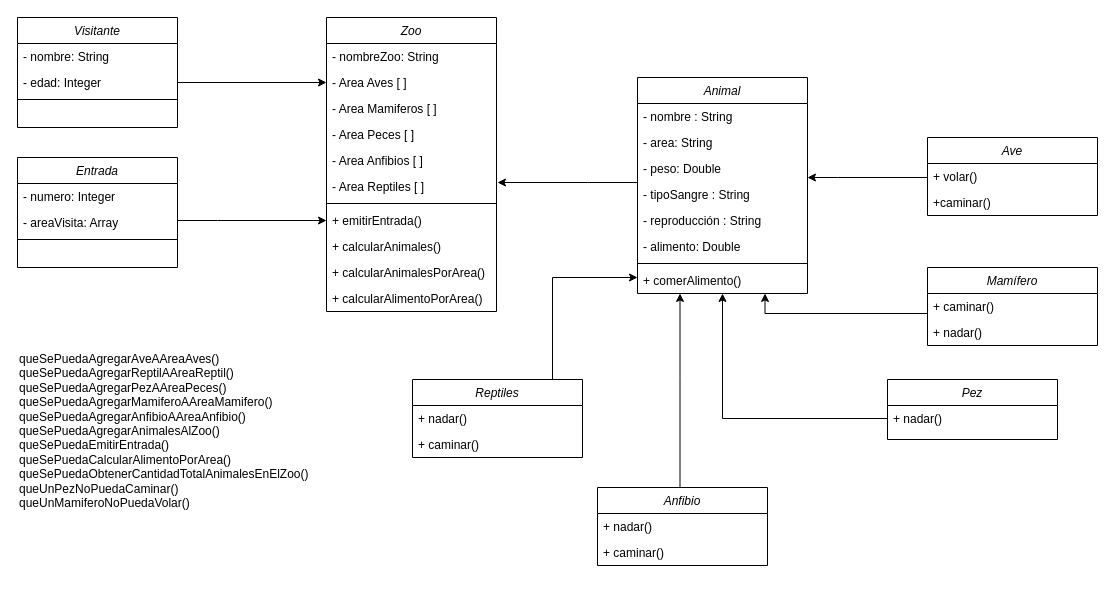
The draw.io diagram modelo/zoo.drawio in Fabriyucra/PBII20212QParcial1Grupo8, before the edit. Source tidied: cells renumbered, new cells numbered last; positions are measured from the earlier drawing's top-left corner, leaving out a move shared by most shapes. Both pictures are drawn from the tidied source at 100%, with x=0, y=0 at pixel (17, 17).
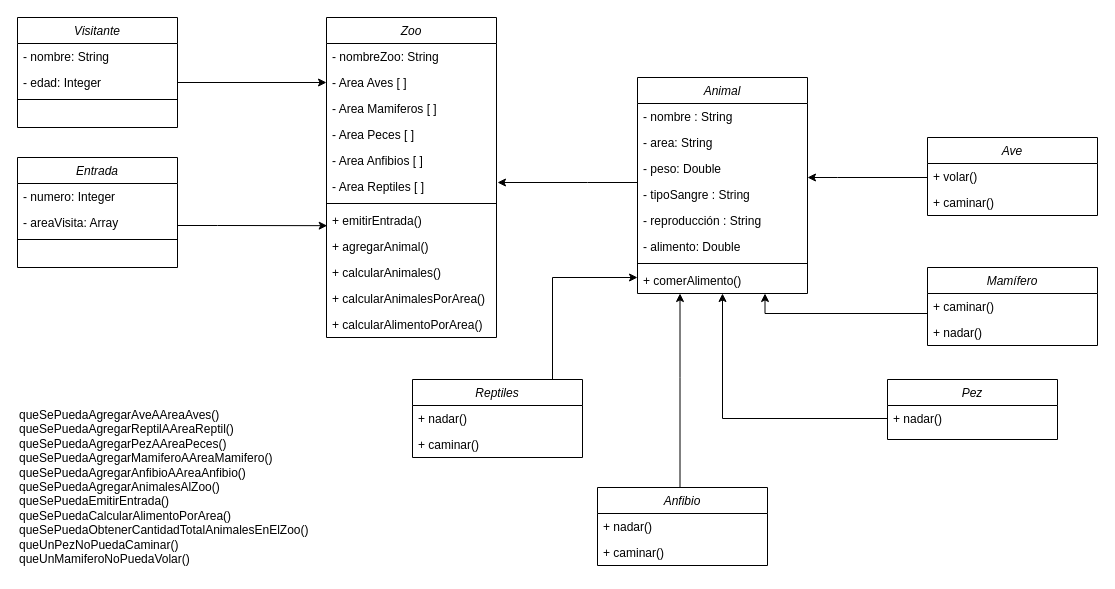
Above is the later version.

Unchanged cells that the change refers to:
```xml
<mxCell id="8" value="- areaVisita: Array" style="text;align=left;verticalAlign=top;spacingLeft=4;spacingRight=4;overflow=hidden;points=[[0,0.5],[1,0.5]];portConstraint=eastwest;rounded=0;shadow=0;html=0;" parent="6" vertex="1">
  <mxGeometry y="52" width="160" height="26" as="geometry" />
</mxCell>
<mxCell id="33" value="Ave" style="swimlane;fontStyle=2;align=center;verticalAlign=top;horizontal=1;startSize=26;rounded=0;shadow=0;strokeWidth=1;" parent="1" vertex="1">
  <mxGeometry x="910" y="120" width="170" height="78" as="geometry" />
</mxCell>
```

What changed in the source:
```diff
@@
     <mxCell id="10" value="Zoo" style="swimlane;fontStyle=2;align=center;verticalAlign=top;horizontal=1;startSize=26;rounded=0;shadow=0;strokeWidth=1;" parent="1" vertex="1">
-      <mxGeometry x="309" width="170" height="294" as="geometry" />
+      <mxGeometry x="309" width="170" height="320" as="geometry" />
     </mxCell>
@@
+    <mxCell id="54" value="+ emitirEntrada()" style="text;align=left;verticalAlign=top;spacingLeft=4;spacingRight=4;overflow=hidden;points=[[0,0.5],[1,0.5]];portConstraint=eastwest;rounded=0;shadow=0;html=0;" parent="10" vertex="1">
+      <mxGeometry y="190" width="170" height="26" as="geometry" />
+    </mxCell>
-    <mxCell id="18" value="+ emitirEntrada()" style="text;align=left;verticalAlign=top;spacingLeft=4;spacingRight=4;overflow=hidden;points=[[0,0.5],[1,0.5]];portConstraint=eastwest;rounded=0;shadow=0;html=0;" parent="10" vertex="1">
-      <mxGeometry y="190" width="170" height="26" as="geometry" />
+    <mxCell id="18" value="+ agregarAnimal()" style="text;align=left;verticalAlign=top;spacingLeft=4;spacingRight=4;overflow=hidden;points=[[0,0.5],[1,0.5]];portConstraint=eastwest;rounded=0;shadow=0;html=0;" parent="10" vertex="1">
+      <mxGeometry y="216" width="170" height="26" as="geometry" />
     </mxCell>
     <mxCell id="19" value="+ calcularAnimales()" style="text;align=left;verticalAlign=top;spacingLeft=4;spacingRight=4;overflow=hidden;rounded=0;shadow=0;html=0;" parent="10" vertex="1">
-      <mxGeometry y="216" width="170" height="26" as="geometry" />
+      <mxGeometry y="242" width="170" height="26" as="geometry" />
     </mxCell>
     <mxCell id="20" value="+ calcularAnimalesPorArea()" style="text;align=left;verticalAlign=top;spacingLeft=4;spacingRight=4;overflow=hidden;rounded=0;shadow=0;html=0;" parent="10" vertex="1">
-      <mxGeometry y="242" width="170" height="26" as="geometry" />
+      <mxGeometry y="268" width="170" height="26" as="geometry" />
     </mxCell>
     <mxCell id="21" value="+ calcularAlimentoPorArea()" style="text;align=left;verticalAlign=top;spacingLeft=4;spacingRight=4;overflow=hidden;rounded=0;shadow=0;html=0;" parent="10" vertex="1">
-      <mxGeometry y="268" width="170" height="26" as="geometry" />
+      <mxGeometry y="294" width="170" height="26" as="geometry" />
     </mxCell>
@@
-    <mxCell id="35" value="+caminar()" style="text;align=left;verticalAlign=top;spacingLeft=4;spacingRight=4;overflow=hidden;rounded=0;shadow=0;html=0;" parent="33" vertex="1">
+    <mxCell id="35" value="+ caminar()" style="text;align=left;verticalAlign=top;spacingLeft=4;spacingRight=4;overflow=hidden;rounded=0;shadow=0;html=0;" parent="33" vertex="1">
       <mxGeometry y="52" width="170" height="26" as="geometry" />
     </mxCell>
@@
-    <mxCell id="52" style="edgeStyle=orthogonalEdgeStyle;rounded=0;jettySize=auto;html=1;entryX=0;entryY=0.5;entryDx=0;entryDy=0;" parent="1" edge="1" source="8" target="18">
-      <mxGeometry relative="1" as="geometry">
-        <Array as="points">
-          <mxPoint x="200" y="203" />
-          <mxPoint x="200" y="203" />
-        </Array>
-      </mxGeometry>
-    </mxCell>
     <mxCell id="53" value="queSePuedaAgregarAveAAreaAves()&#10;queSePuedaAgregarReptilAAreaReptil()&#10;queSePuedaAgregarPezAAreaPeces()&#10;queSePuedaAgregarMamiferoAAreaMamifero()&#10;queSePuedaAgregarAnfibioAAreaAnfibio()&#10;queSePuedaAgregarAnimalesAlZoo()&#10;queSePuedaEmitirEntrada()&#10;queSePuedaCalcularAlimentoPorArea()&#10;queSePuedaObtenerCantidadTotalAnimalesEnElZoo()&#10;queUnPezNoPuedaCaminar()&#10;queUnMamiferoNoPuedaVolar()" style="text;whiteSpace=wrap;html=1;" parent="1" vertex="1">
-      <mxGeometry y="328" width="320" height="170" as="geometry" />
+      <mxGeometry y="384" width="320" height="170" as="geometry" />
     </mxCell>
+    <mxCell id="55" style="edgeStyle=orthogonalEdgeStyle;rounded=0;jettySize=auto;html=1;entryX=0.004;entryY=0.699;entryDx=0;entryDy=0;entryPerimeter=0;" parent="1" edge="1" source="8" target="54">
+      <mxGeometry relative="1" as="geometry">
+        <Array as="points">
+          <mxPoint x="200" y="208" />
+          <mxPoint x="200" y="208" />
+        </Array>
+      </mxGeometry>
+    </mxCell>
```
